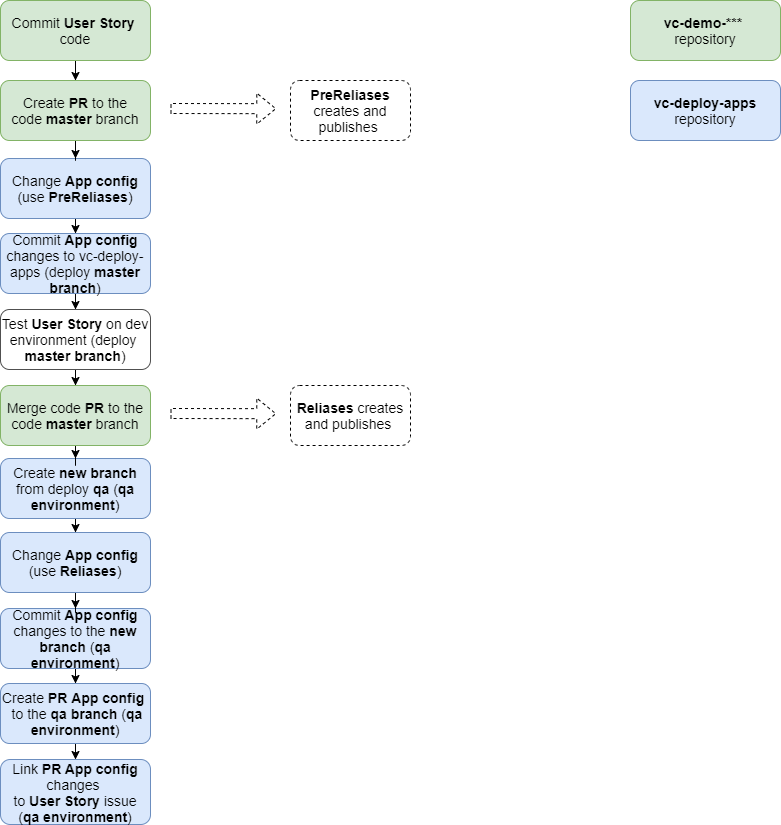
The draw.io diagram docs/media/ArgoCD flows-Master branch flow.png in VirtoCommerce/vc-deploy-apps, before a commit. Source tidied: cells renumbered, new cells last; positions are measured from the earlier drawing's top-left corner, leaving out a move shared by most shapes. The source it was exported from:
```xml
<mxGraphModel>
  <root>
    <mxCell id="0" />
    <mxCell id="1" parent="0" />
    <mxCell id="2" style="edgeStyle=orthogonalEdgeStyle;rounded=0;jettySize=auto;html=1;entryX=0.5;entryY=0;entryDx=0;entryDy=0;fontSize=14;" parent="1" edge="1" source="3" target="18">
      <mxGeometry relative="1" as="geometry" />
    </mxCell>
    <mxCell id="3" value="Commit &lt;b&gt;User Story&lt;/b&gt;&amp;nbsp; code" style="rounded=1;whiteSpace=wrap;html=1;strokeColor=#82b366;fillColor=#d5e8d4;fontSize=14;" parent="1" vertex="1">
      <mxGeometry width="150" height="60" as="geometry" />
    </mxCell>
    <mxCell id="4" style="edgeStyle=orthogonalEdgeStyle;rounded=0;jettySize=auto;html=1;entryX=0.5;entryY=0;entryDx=0;entryDy=0;fontSize=13;" parent="1" edge="1" source="5" target="7">
      <mxGeometry relative="1" as="geometry" />
    </mxCell>
    <mxCell id="5" value="Change &lt;b&gt;App config&lt;/b&gt;&lt;br&gt;(use &lt;b&gt;PreReliases&lt;/b&gt;)" style="rounded=1;whiteSpace=wrap;html=1;strokeColor=#6c8ebf;fillColor=#dae8fc;fontSize=14;" parent="1" vertex="1">
      <mxGeometry y="158" width="150" height="60" as="geometry" />
    </mxCell>
    <mxCell id="6" style="edgeStyle=orthogonalEdgeStyle;rounded=0;jettySize=auto;html=1;" parent="1" edge="1" source="7" target="9">
      <mxGeometry relative="1" as="geometry" />
    </mxCell>
    <mxCell id="7" value="Commit &lt;b&gt;App config&lt;/b&gt; changes to&amp;nbsp;vc-deploy-apps (deploy&amp;nbsp;&lt;b&gt;master branch&lt;/b&gt;)" style="rounded=1;whiteSpace=wrap;html=1;strokeColor=#6c8ebf;fillColor=#dae8fc;fontSize=14;" parent="1" vertex="1">
      <mxGeometry y="233" width="150" height="60" as="geometry" />
    </mxCell>
    <mxCell id="8" style="edgeStyle=orthogonalEdgeStyle;rounded=0;jettySize=auto;html=1;entryX=0.5;entryY=0;entryDx=0;entryDy=0;fontSize=14;" parent="1" edge="1" source="9" target="22">
      <mxGeometry relative="1" as="geometry" />
    </mxCell>
    <mxCell id="9" value="Test &lt;b&gt;User Story&lt;/b&gt; on dev environment (deploy&amp;nbsp;&lt;br&gt;&lt;b&gt;master branch&lt;/b&gt;)" style="rounded=1;whiteSpace=wrap;html=1;strokeColor=#505050;fillColor=#FFFFFF;fontSize=14;" parent="1" vertex="1">
      <mxGeometry y="309" width="150" height="60" as="geometry" />
    </mxCell>
    <mxCell id="10" style="edgeStyle=orthogonalEdgeStyle;rounded=0;jettySize=auto;html=1;fontSize=14;" parent="1" edge="1" source="11" target="28">
      <mxGeometry relative="1" as="geometry" />
    </mxCell>
    <mxCell id="11" value="Create &lt;b&gt;new branch&lt;/b&gt; from deploy&amp;nbsp;&lt;b&gt;qa&amp;nbsp;&lt;/b&gt;(&lt;b&gt;qa environment&lt;/b&gt;)" style="rounded=1;whiteSpace=wrap;html=1;strokeColor=#6c8ebf;fillColor=#dae8fc;fontSize=14;" parent="1" vertex="1">
      <mxGeometry y="458" width="150" height="60" as="geometry" />
    </mxCell>
    <mxCell id="12" style="edgeStyle=orthogonalEdgeStyle;rounded=1;jettySize=auto;html=1;" parent="1" edge="1" source="13" target="16">
      <mxGeometry relative="1" as="geometry" />
    </mxCell>
    <mxCell id="13" value="Commit &lt;b&gt;App config&lt;/b&gt; changes to the &lt;b&gt;new branch&lt;/b&gt; (&lt;b&gt;qa environment&lt;/b&gt;)" style="rounded=1;whiteSpace=wrap;html=1;strokeColor=#6c8ebf;fillColor=#dae8fc;fontSize=14;" parent="1" vertex="1">
      <mxGeometry y="608" width="150" height="60" as="geometry" />
    </mxCell>
    <mxCell id="14" value="Link &lt;b&gt;PR&amp;nbsp;App config&lt;/b&gt; changes&amp;nbsp;&lt;br&gt;to &lt;b&gt;User Story&lt;/b&gt; issue&lt;br&gt;(&lt;b&gt;qa environment&lt;/b&gt;)" style="rounded=1;whiteSpace=wrap;html=1;strokeColor=#6c8ebf;fillColor=#dae8fc;fontSize=14;" parent="1" vertex="1">
      <mxGeometry y="759" width="150" height="65" as="geometry" />
    </mxCell>
    <mxCell id="15" style="edgeStyle=orthogonalEdgeStyle;rounded=1;jettySize=auto;html=1;entryX=0.5;entryY=0;entryDx=0;entryDy=0;" parent="1" edge="1" source="16" target="14">
      <mxGeometry relative="1" as="geometry" />
    </mxCell>
    <mxCell id="16" value="Create &lt;b&gt;PR&amp;nbsp;&lt;/b&gt;&lt;b&gt;App config&lt;/b&gt;&amp;nbsp;&lt;b&gt;&lt;br&gt;&lt;/b&gt;&amp;nbsp;to the &lt;b&gt;qa&amp;nbsp;branch&lt;/b&gt; (&lt;b&gt;qa environment&lt;/b&gt;)" style="rounded=1;whiteSpace=wrap;html=1;strokeColor=#6c8ebf;fillColor=#dae8fc;fontSize=14;" parent="1" vertex="1">
      <mxGeometry y="683" width="150" height="60" as="geometry" />
    </mxCell>
    <mxCell id="17" style="edgeStyle=orthogonalEdgeStyle;rounded=0;jettySize=auto;html=1;entryX=0.5;entryY=0;entryDx=0;entryDy=0;fontSize=14;" parent="1" edge="1" source="18" target="5">
      <mxGeometry relative="1" as="geometry" />
    </mxCell>
    <mxCell id="18" value="Create&amp;nbsp;&lt;b&gt;PR&lt;/b&gt; to the code&amp;nbsp;&lt;b&gt;master&lt;/b&gt; branch" style="rounded=1;whiteSpace=wrap;html=1;strokeColor=#82b366;fillColor=#d5e8d4;fontSize=14;" parent="1" vertex="1">
      <mxGeometry y="80" width="150" height="60" as="geometry" />
    </mxCell>
    <mxCell id="19" style="shape=flexArrow;endArrow=classic;html=1;fontSize=13;entryX=-0.008;entryY=0.385;entryDx=0;entryDy=0;entryPerimeter=0;dashed=1;" parent="1" edge="1">
      <mxGeometry relative="1" as="geometry">
        <mxPoint x="170" y="108" as="sourcePoint" />
        <mxPoint x="275.8" y="108.2" as="targetPoint" />
      </mxGeometry>
    </mxCell>
    <mxCell id="20" value="&lt;b&gt;PreReliases&lt;/b&gt; creates and publishes&amp;nbsp;" style="rounded=1;whiteSpace=wrap;html=1;fontSize=14;dashed=1;" parent="1" vertex="1">
      <mxGeometry x="290" y="80" width="120" height="60" as="geometry" />
    </mxCell>
    <mxCell id="21" style="edgeStyle=orthogonalEdgeStyle;rounded=0;jettySize=auto;html=1;entryX=0.5;entryY=0;entryDx=0;entryDy=0;fontSize=14;" parent="1" edge="1" source="22" target="11">
      <mxGeometry relative="1" as="geometry" />
    </mxCell>
    <mxCell id="22" value="Merge code&amp;nbsp;&lt;b&gt;PR&lt;/b&gt; to the code&amp;nbsp;&lt;b&gt;master&lt;/b&gt; branch" style="rounded=1;whiteSpace=wrap;html=1;strokeColor=#82b366;fillColor=#d5e8d4;fontSize=14;" parent="1" vertex="1">
      <mxGeometry y="385" width="150" height="60" as="geometry" />
    </mxCell>
    <mxCell id="23" style="shape=flexArrow;endArrow=classic;html=1;fontSize=13;entryX=-0.008;entryY=0.385;entryDx=0;entryDy=0;entryPerimeter=0;dashed=1;" parent="1" edge="1">
      <mxGeometry relative="1" as="geometry">
        <mxPoint x="170" y="413" as="sourcePoint" />
        <mxPoint x="275.8" y="413.2" as="targetPoint" />
      </mxGeometry>
    </mxCell>
    <mxCell id="24" value="&lt;b&gt;Reliases&lt;/b&gt; creates and publishes&amp;nbsp;" style="rounded=1;whiteSpace=wrap;html=1;fontSize=14;dashed=1;" parent="1" vertex="1">
      <mxGeometry x="290" y="385" width="120" height="60" as="geometry" />
    </mxCell>
    <mxCell id="25" value="&lt;b&gt;vc-demo-*** &lt;/b&gt;&lt;br&gt;repository" style="rounded=1;whiteSpace=wrap;html=1;strokeColor=#82b366;fillColor=#d5e8d4;fontSize=14;" parent="1" vertex="1">
      <mxGeometry x="630" width="150" height="60" as="geometry" />
    </mxCell>
    <mxCell id="26" value="&lt;b&gt;vc-deploy-apps&lt;/b&gt;&lt;br&gt;repository" style="rounded=1;whiteSpace=wrap;html=1;strokeColor=#6c8ebf;fillColor=#dae8fc;fontSize=14;" parent="1" vertex="1">
      <mxGeometry x="630" y="80" width="150" height="60" as="geometry" />
    </mxCell>
    <mxCell id="27" style="edgeStyle=orthogonalEdgeStyle;rounded=0;jettySize=auto;html=1;entryX=0.5;entryY=0;entryDx=0;entryDy=0;fontSize=14;" parent="1" edge="1" source="28" target="13">
      <mxGeometry relative="1" as="geometry" />
    </mxCell>
    <mxCell id="28" value="Change &lt;b&gt;App config&lt;/b&gt;&lt;br&gt;(use &lt;b&gt;Reliases&lt;/b&gt;)" style="rounded=1;whiteSpace=wrap;html=1;strokeColor=#6c8ebf;fillColor=#dae8fc;fontSize=14;" parent="1" vertex="1">
      <mxGeometry y="532" width="150" height="60" as="geometry" />
    </mxCell>
  </root>
</mxGraphModel>
```
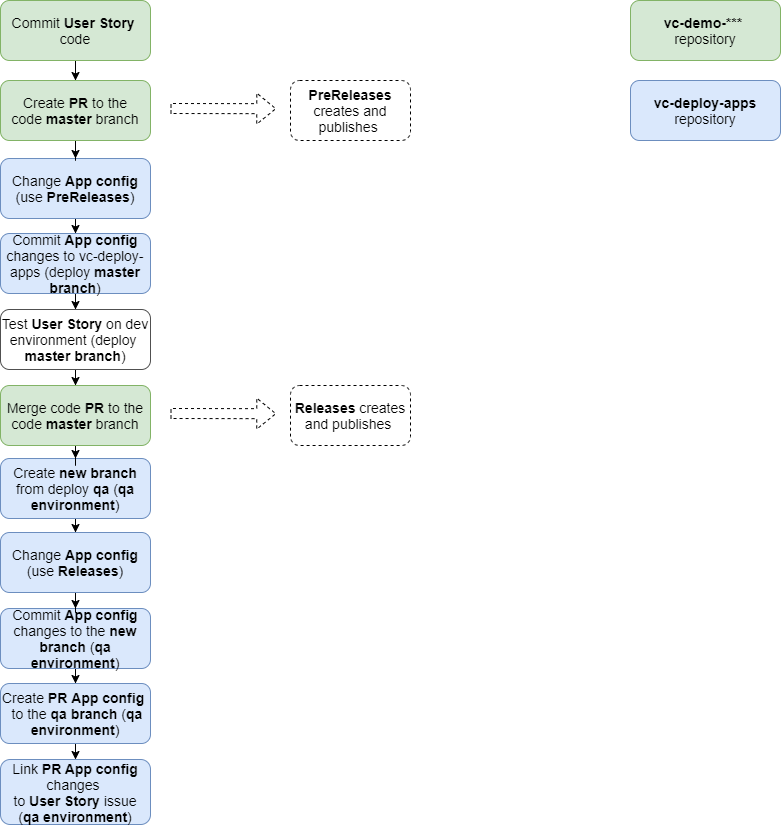
After the change.

The edit, as a diff of the source:
```diff
@@ -11,7 +11,7 @@
     <mxCell id="4" style="edgeStyle=orthogonalEdgeStyle;rounded=0;jettySize=auto;html=1;entryX=0.5;entryY=0;entryDx=0;entryDy=0;fontSize=13;" parent="1" edge="1" source="5" target="7">
       <mxGeometry relative="1" as="geometry" />
     </mxCell>
-    <mxCell id="5" value="Change &lt;b&gt;App config&lt;/b&gt;&lt;br&gt;(use &lt;b&gt;PreReliases&lt;/b&gt;)" style="rounded=1;whiteSpace=wrap;html=1;strokeColor=#6c8ebf;fillColor=#dae8fc;fontSize=14;" parent="1" vertex="1">
+    <mxCell id="5" value="Change &lt;b&gt;App config&lt;/b&gt;&lt;br&gt;(use &lt;b&gt;PreReleases&lt;/b&gt;)" style="rounded=1;whiteSpace=wrap;html=1;strokeColor=#6c8ebf;fillColor=#dae8fc;fontSize=14;" parent="1" vertex="1">
       <mxGeometry y="158" width="150" height="60" as="geometry" />
     </mxCell>
     <mxCell id="6" style="edgeStyle=orthogonalEdgeStyle;rounded=0;jettySize=auto;html=1;" parent="1" edge="1" source="7" target="9">
@@ -59,7 +59,7 @@
         <mxPoint x="275.8" y="108.2" as="targetPoint" />
       </mxGeometry>
     </mxCell>
-    <mxCell id="20" value="&lt;b&gt;PreReliases&lt;/b&gt; creates and publishes&amp;nbsp;" style="rounded=1;whiteSpace=wrap;html=1;fontSize=14;dashed=1;" parent="1" vertex="1">
+    <mxCell id="20" value="&lt;b&gt;PreReleases&lt;/b&gt; creates and publishes&amp;nbsp;" style="rounded=1;whiteSpace=wrap;html=1;fontSize=14;dashed=1;" parent="1" vertex="1">
       <mxGeometry x="290" y="80" width="120" height="60" as="geometry" />
     </mxCell>
     <mxCell id="21" style="edgeStyle=orthogonalEdgeStyle;rounded=0;jettySize=auto;html=1;entryX=0.5;entryY=0;entryDx=0;entryDy=0;fontSize=14;" parent="1" edge="1" source="22" target="11">
@@ -74,7 +74,7 @@
         <mxPoint x="275.8" y="413.2" as="targetPoint" />
       </mxGeometry>
     </mxCell>
-    <mxCell id="24" value="&lt;b&gt;Reliases&lt;/b&gt; creates and publishes&amp;nbsp;" style="rounded=1;whiteSpace=wrap;html=1;fontSize=14;dashed=1;" parent="1" vertex="1">
+    <mxCell id="24" value="&lt;b&gt;Releases&lt;/b&gt; creates and publishes&amp;nbsp;" style="rounded=1;whiteSpace=wrap;html=1;fontSize=14;dashed=1;" parent="1" vertex="1">
       <mxGeometry x="290" y="385" width="120" height="60" as="geometry" />
     </mxCell>
     <mxCell id="25" value="&lt;b&gt;vc-demo-*** &lt;/b&gt;&lt;br&gt;repository" style="rounded=1;whiteSpace=wrap;html=1;strokeColor=#82b366;fillColor=#d5e8d4;fontSize=14;" parent="1" vertex="1">
@@ -86,7 +86,7 @@
     <mxCell id="27" style="edgeStyle=orthogonalEdgeStyle;rounded=0;jettySize=auto;html=1;entryX=0.5;entryY=0;entryDx=0;entryDy=0;fontSize=14;" parent="1" edge="1" source="28" target="13">
       <mxGeometry relative="1" as="geometry" />
     </mxCell>
-    <mxCell id="28" value="Change &lt;b&gt;App config&lt;/b&gt;&lt;br&gt;(use &lt;b&gt;Reliases&lt;/b&gt;)" style="rounded=1;whiteSpace=wrap;html=1;strokeColor=#6c8ebf;fillColor=#dae8fc;fontSize=14;" parent="1" vertex="1">
+    <mxCell id="28" value="Change &lt;b&gt;App config&lt;/b&gt;&lt;br&gt;(use &lt;b&gt;Releases&lt;/b&gt;)" style="rounded=1;whiteSpace=wrap;html=1;strokeColor=#6c8ebf;fillColor=#dae8fc;fontSize=14;" parent="1" vertex="1">
       <mxGeometry y="532" width="150" height="60" as="geometry" />
     </mxCell>
   </root>
```
